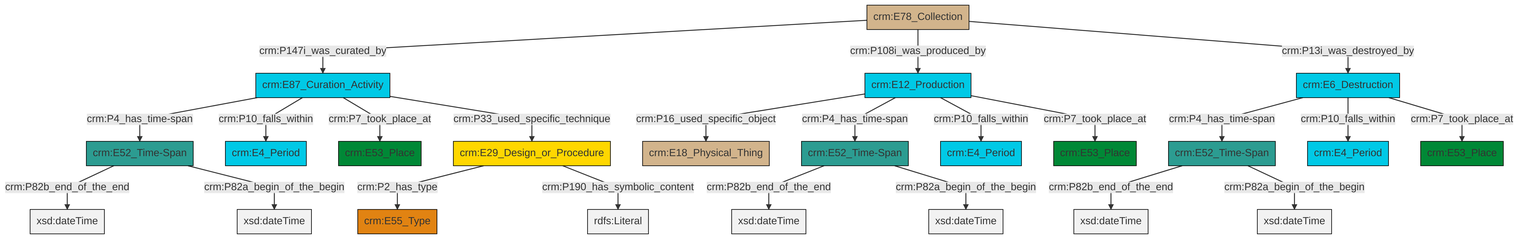
This is et/archivalCSV/ttl/mmd/png/archival_existence.png from swiss-art-research-net/docs.swissartresearch, a Mermaid export, as it was before one commit. Its source is kept beside it as et/archivalCSV/ttl/mmd/archival_existence.ttl.mmd.
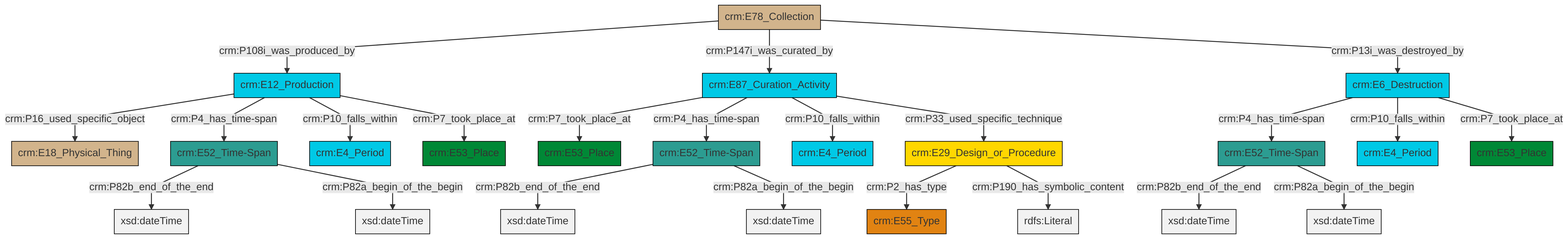
Later version of the same file.

Diff of the diagram source:
```diff
@@ -14,24 +14,24 @@
 classDef Multi fill:#cccccc,stroke:#000000;
 
 0["crm:E52_Time-Span"]:::Time-Span -->|crm:P82b_end_of_the_end| 1[xsd:dateTime]:::Literal
-2["crm:E12_Production"]:::Temporal_Entity -->|crm:P16_used_specific_object| 3["crm:E18_Physical_Thing"]:::Physical_Thing
-6["crm:E87_Curation_Activity"]:::Temporal_Entity -->|crm:P4_has_time-span| 7["crm:E52_Time-Span"]:::Time-Span
-6["crm:E87_Curation_Activity"]:::Temporal_Entity -->|crm:P10_falls_within| 8["crm:E4_Period"]:::Temporal_Entity
-10["crm:E29_Design_or_Procedure"]:::Conceptual_Object -->|crm:P2_has_type| 11["crm:E55_Type"]:::Type
-0["crm:E52_Time-Span"]:::Time-Span -->|crm:P82a_begin_of_the_begin| 12[xsd:dateTime]:::Literal
-13["crm:E6_Destruction"]:::Temporal_Entity -->|crm:P4_has_time-span| 0["crm:E52_Time-Span"]:::Time-Span
-14["crm:E52_Time-Span"]:::Time-Span -->|crm:P82b_end_of_the_end| 15[xsd:dateTime]:::Literal
-6["crm:E87_Curation_Activity"]:::Temporal_Entity -->|crm:P7_took_place_at| 16["crm:E53_Place"]:::Place
-19["crm:E78_Collection"]:::Physical_Thing -->|crm:P147i_was_curated_by| 6["crm:E87_Curation_Activity"]:::Temporal_Entity
-7["crm:E52_Time-Span"]:::Time-Span -->|crm:P82b_end_of_the_end| 22[xsd:dateTime]:::Literal
-10["crm:E29_Design_or_Procedure"]:::Conceptual_Object -->|crm:P190_has_symbolic_content| 23[rdfs:Literal]:::Literal
-2["crm:E12_Production"]:::Temporal_Entity -->|crm:P4_has_time-span| 14["crm:E52_Time-Span"]:::Time-Span
-13["crm:E6_Destruction"]:::Temporal_Entity -->|crm:P10_falls_within| 4["crm:E4_Period"]:::Temporal_Entity
-13["crm:E6_Destruction"]:::Temporal_Entity -->|crm:P7_took_place_at| 32["crm:E53_Place"]:::Place
-19["crm:E78_Collection"]:::Physical_Thing -->|crm:P108i_was_produced_by| 2["crm:E12_Production"]:::Temporal_Entity
-2["crm:E12_Production"]:::Temporal_Entity -->|crm:P10_falls_within| 28["crm:E4_Period"]:::Temporal_Entity
-6["crm:E87_Curation_Activity"]:::Temporal_Entity -->|crm:P33_used_specific_technique| 10["crm:E29_Design_or_Procedure"]:::Conceptual_Object
-7["crm:E52_Time-Span"]:::Time-Span -->|crm:P82a_begin_of_the_begin| 35[xsd:dateTime]:::Literal
-14["crm:E52_Time-Span"]:::Time-Span -->|crm:P82a_begin_of_the_begin| 38[xsd:dateTime]:::Literal
-19["crm:E78_Collection"]:::Physical_Thing -->|crm:P13i_was_destroyed_by| 13["crm:E6_Destruction"]:::Temporal_Entity
-2["crm:E12_Production"]:::Temporal_Entity -->|crm:P7_took_place_at| 36["crm:E53_Place"]:::Place
+8["crm:E6_Destruction"]:::Temporal_Entity -->|crm:P4_has_time-span| 9["crm:E52_Time-Span"]:::Time-Span
+2["crm:E78_Collection"]:::Physical_Thing -->|crm:P108i_was_produced_by| 14["crm:E12_Production"]:::Temporal_Entity
+6["crm:E52_Time-Span"]:::Time-Span -->|crm:P82b_end_of_the_end| 15[xsd:dateTime]:::Literal
+8["crm:E6_Destruction"]:::Temporal_Entity -->|crm:P10_falls_within| 16["crm:E4_Period"]:::Temporal_Entity
+19["crm:E87_Curation_Activity"]:::Temporal_Entity -->|crm:P7_took_place_at| 4["crm:E53_Place"]:::Place
+2["crm:E78_Collection"]:::Physical_Thing -->|crm:P147i_was_curated_by| 19["crm:E87_Curation_Activity"]:::Temporal_Entity
+23["crm:E29_Design_or_Procedure"]:::Conceptual_Object -->|crm:P2_has_type| 10["crm:E55_Type"]:::Type
+9["crm:E52_Time-Span"]:::Time-Span -->|crm:P82b_end_of_the_end| 24[xsd:dateTime]:::Literal
+9["crm:E52_Time-Span"]:::Time-Span -->|crm:P82a_begin_of_the_begin| 28[xsd:dateTime]:::Literal
+23["crm:E29_Design_or_Procedure"]:::Conceptual_Object -->|crm:P190_has_symbolic_content| 29[rdfs:Literal]:::Literal
+19["crm:E87_Curation_Activity"]:::Temporal_Entity -->|crm:P4_has_time-span| 6["crm:E52_Time-Span"]:::Time-Span
+19["crm:E87_Curation_Activity"]:::Temporal_Entity -->|crm:P10_falls_within| 17["crm:E4_Period"]:::Temporal_Entity
+14["crm:E12_Production"]:::Temporal_Entity -->|crm:P16_used_specific_object| 20["crm:E18_Physical_Thing"]:::Physical_Thing
+8["crm:E6_Destruction"]:::Temporal_Entity -->|crm:P7_took_place_at| 12["crm:E53_Place"]:::Place
+6["crm:E52_Time-Span"]:::Time-Span -->|crm:P82a_begin_of_the_begin| 34[xsd:dateTime]:::Literal
+14["crm:E12_Production"]:::Temporal_Entity -->|crm:P4_has_time-span| 0["crm:E52_Time-Span"]:::Time-Span
+19["crm:E87_Curation_Activity"]:::Temporal_Entity -->|crm:P33_used_specific_technique| 23["crm:E29_Design_or_Procedure"]:::Conceptual_Object
+2["crm:E78_Collection"]:::Physical_Thing -->|crm:P13i_was_destroyed_by| 8["crm:E6_Destruction"]:::Temporal_Entity
+14["crm:E12_Production"]:::Temporal_Entity -->|crm:P10_falls_within| 26["crm:E4_Period"]:::Temporal_Entity
+14["crm:E12_Production"]:::Temporal_Entity -->|crm:P7_took_place_at| 31["crm:E53_Place"]:::Place
+0["crm:E52_Time-Span"]:::Time-Span -->|crm:P82a_begin_of_the_begin| 38[xsd:dateTime]:::Literal
```
